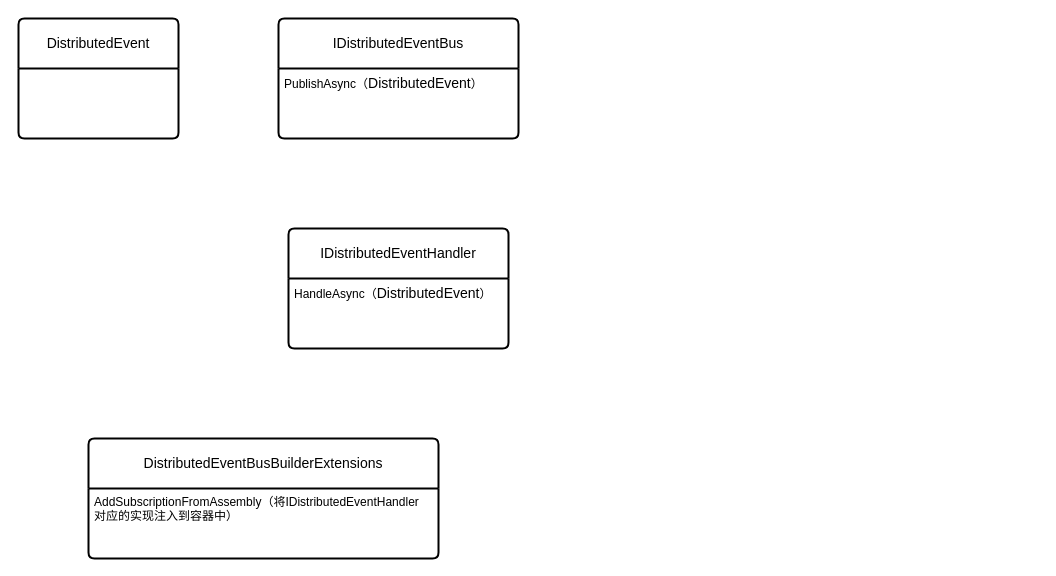
Above: hello shop分布式事件.drawio in spinoza1989/drawIO (draw.io), before the change. Source tidied: cells renumbered, new cells numbered last; positions are measured from the earlier drawing's top-left corner, leaving out a move shared by most shapes. Both pictures are drawn from the tidied source at 100%, with x=0, y=0 at pixel (18, 18).
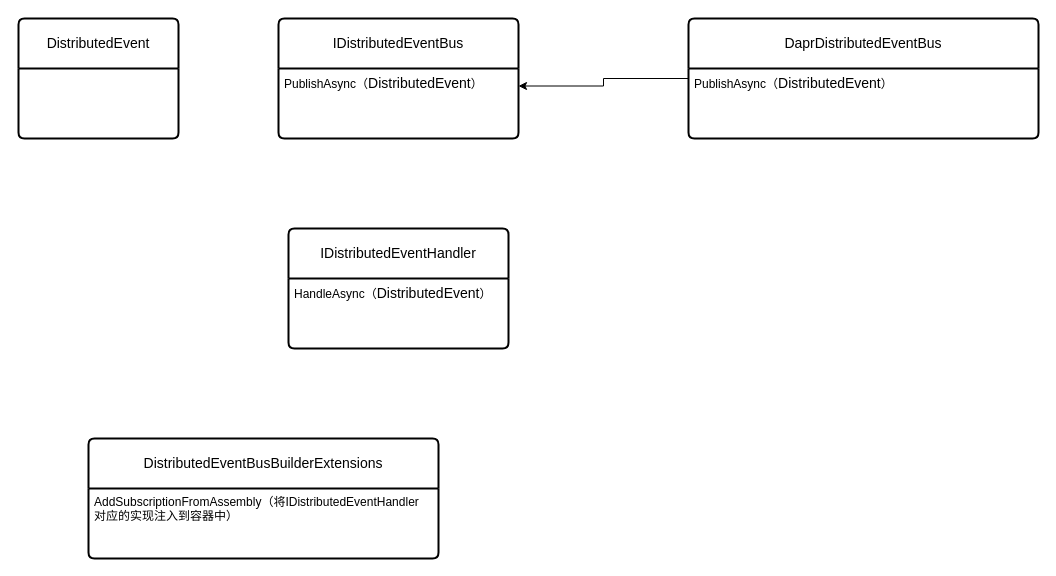
After the change.

Commit message:
更新hello shop分布式事件.drawio

What changed in the source:
```diff
@@
 <mxGraphModel>
   <root>
     <mxCell id="0" />
     <mxCell id="1" parent="0" />
     <mxCell id="2" value="IDistributedEventBus" style="swimlane;horizontal=1;startSize=50;rounded=1;fontSize=14;fontStyle=0;strokeWidth=2;shadow=0;dashed=0;align=center;arcSize=4;whiteSpace=wrap;html=1;" parent="1" vertex="1">
       <mxGeometry x="260" width="240" height="120" as="geometry" />
     </mxCell>
     <mxCell id="3" value="PublishAsync（&lt;span style=&quot;font-size: 14px; text-align: center; text-wrap: wrap;&quot;&gt;DistributedEvent&lt;/span&gt;）" style="align=left;strokeColor=none;fillColor=none;spacingLeft=4;fontSize=12;verticalAlign=top;html=1;" parent="2" vertex="1">
       <mxGeometry y="50" width="240" height="70" as="geometry" />
     </mxCell>
     <mxCell id="4" value="DistributedEvent" style="swimlane;horizontal=1;startSize=50;rounded=1;fontSize=14;fontStyle=0;strokeWidth=2;shadow=0;dashed=0;align=center;arcSize=4;whiteSpace=wrap;html=1;" parent="1" vertex="1">
       <mxGeometry width="160" height="120" as="geometry" />
     </mxCell>
     <mxCell id="5" value="IDistributedEventHandler" style="swimlane;horizontal=1;startSize=50;rounded=1;fontSize=14;fontStyle=0;strokeWidth=2;shadow=0;dashed=0;align=center;arcSize=4;whiteSpace=wrap;html=1;" parent="1" vertex="1">
       <mxGeometry x="270" y="210" width="220" height="120" as="geometry" />
     </mxCell>
     <mxCell id="6" value="HandleAsync（&lt;span style=&quot;font-size: 14px; text-align: center; text-wrap: wrap;&quot;&gt;DistributedEvent&lt;/span&gt;）" style="align=left;strokeColor=none;fillColor=none;spacingLeft=4;fontSize=12;verticalAlign=top;html=1;" parent="5" vertex="1">
       <mxGeometry y="50" width="220" height="70" as="geometry" />
     </mxCell>
     <mxCell id="7" value="DistributedEventBusBuilderExtensions" style="swimlane;horizontal=1;startSize=50;rounded=1;fontSize=14;fontStyle=0;strokeWidth=2;shadow=0;dashed=0;align=center;arcSize=4;whiteSpace=wrap;html=1;" parent="1" vertex="1">
       <mxGeometry x="70" y="420" width="350" height="120" as="geometry" />
     </mxCell>
     <mxCell id="8" value="AddSubscriptionFromAssembly（将IDistributedEventHandler&lt;div&gt;对应的实现注入到容器中）&lt;div&gt;&lt;br&gt;&lt;/div&gt;&lt;/div&gt;" style="align=left;strokeColor=none;fillColor=none;spacingLeft=4;fontSize=12;verticalAlign=top;html=1;" parent="7" vertex="1">
       <mxGeometry y="50" width="350" height="70" as="geometry" />
     </mxCell>
+    <mxCell id="9" style="edgeStyle=orthogonalEdgeStyle;rounded=0;jettySize=auto;html=1;entryX=1;entryY=0.25;entryDx=0;entryDy=0;" parent="1" edge="1" source="10" target="3">
+      <mxGeometry relative="1" as="geometry" />
+    </mxCell>
+    <mxCell id="10" value="DaprDistributedEventBus" style="swimlane;horizontal=1;startSize=50;rounded=1;fontSize=14;fontStyle=0;strokeWidth=2;shadow=0;dashed=0;align=center;arcSize=4;whiteSpace=wrap;html=1;" parent="1" vertex="1">
+      <mxGeometry x="670" width="350" height="120" as="geometry" />
+    </mxCell>
+    <mxCell id="11" value="PublishAsync（&lt;span style=&quot;text-wrap: wrap; font-size: 14px; text-align: center;&quot;&gt;DistributedEvent&lt;/span&gt;）" style="align=left;strokeColor=none;fillColor=none;spacingLeft=4;fontSize=12;verticalAlign=top;html=1;" parent="10" vertex="1">
+      <mxGeometry y="50" width="350" height="70" as="geometry" />
+    </mxCell>
   </root>
 </mxGraphModel>
```
